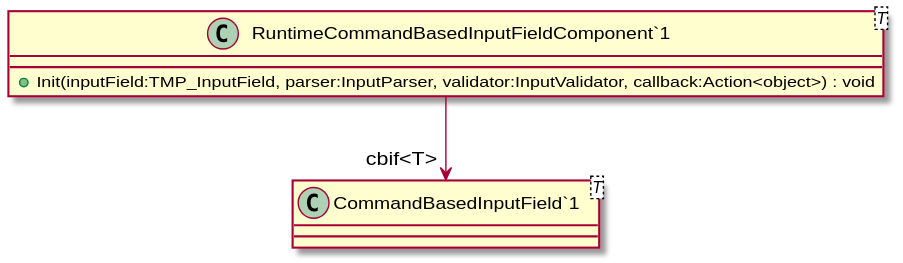
Earlier version of the PlantUML export UML/CommandBasedComponents/SupportingScripts/RuntimeCommandBasedInputFieldComponent.svg (streepje8/ToolDev2023).
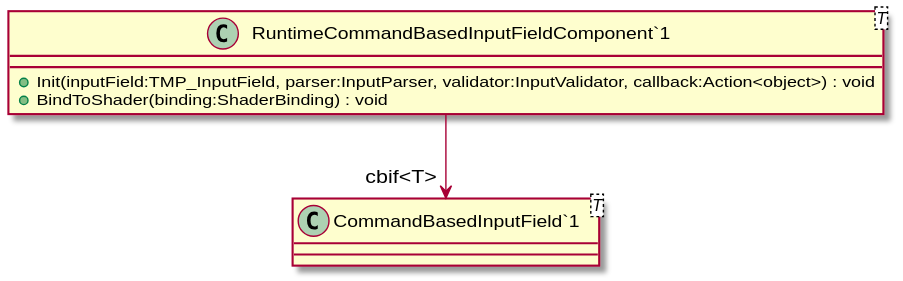
Later version of the same file.

Change to the diagram source:
```diff
@@ -1,6 +1,7 @@
 @startuml
 class "RuntimeCommandBasedInputFieldComponent`1"<T> {
     + Init(inputField:TMP_InputField, parser:InputParser, validator:InputValidator, callback:Action<object>) : void
+    + BindToShader(binding:ShaderBinding) : void
 }
 class "CommandBasedInputField`1"<T> {
 }
```
